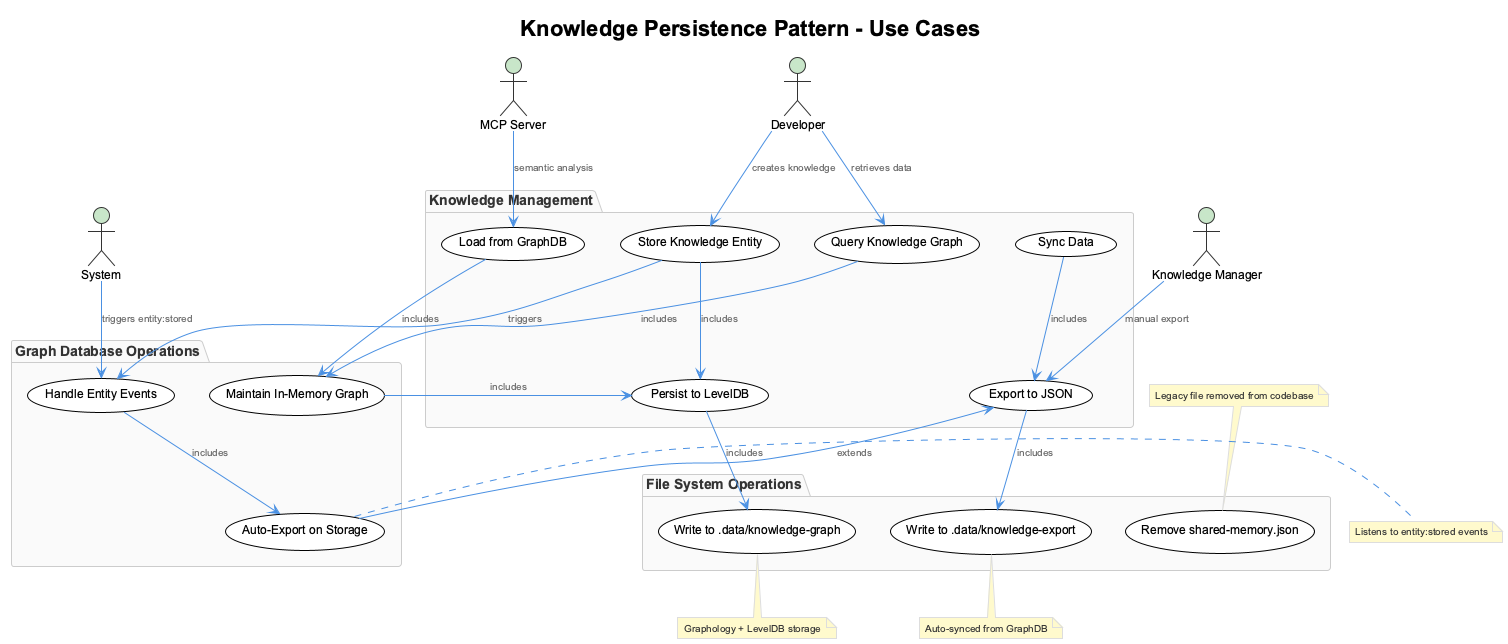
Above: knowledge-management/insights/images/knowledge-persistence-pattern-use-cases.png in fwornle/coding (PlantUML), before the change.
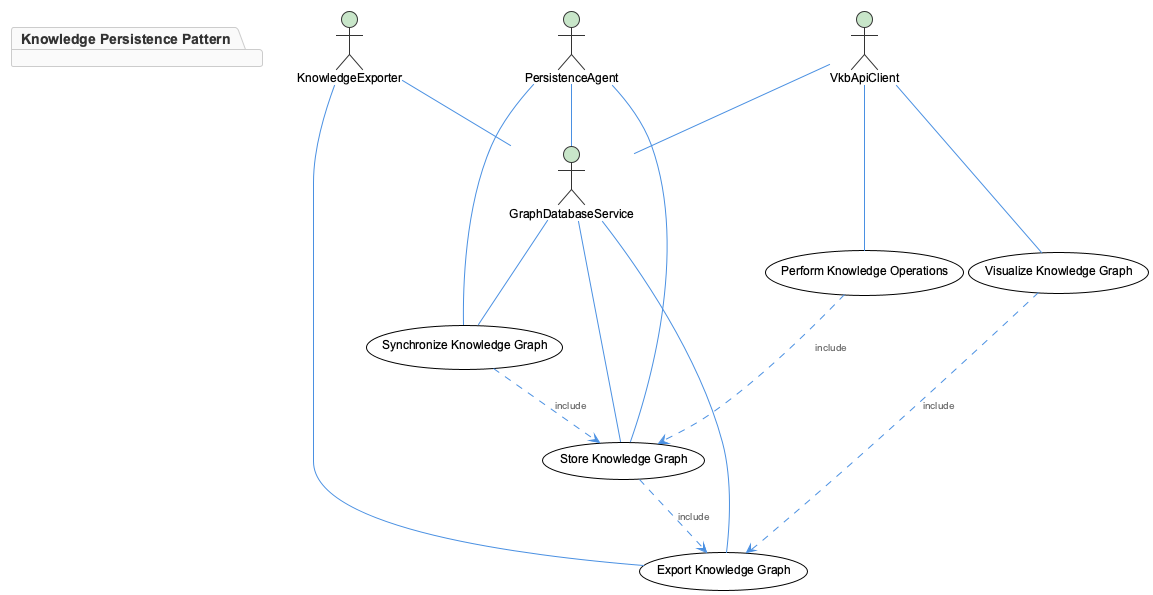
The same diagram one commit later.

The edit, as a diff of the source:
```diff
@@ -1,54 +1,35 @@
 @startuml
 !include /Users/q284340/Agentic/coding/docs/puml/_standard-style.puml
 
-title Knowledge Persistence Pattern - Use Cases
+actor "KnowledgeExporter" as exporter
+actor "PersistenceAgent" as agent
+actor "VkbApiClient" as vkb_api
+actor "GraphDatabaseService" as graph_db
 
-actor "Developer" as dev
-actor "System" as sys
-actor "Knowledge Manager" as km
-actor "MCP Server" as mcp
+usecase "Store Knowledge Graph" as store_kg
+usecase "Export Knowledge Graph" as export_kg
+usecase "Synchronize Knowledge Graph" as sync_kg
+usecase "Visualize Knowledge Graph" as visualize_kg
+usecase "Perform Knowledge Operations" as knowledge_ops
 
-package "Knowledge Management" {
-  usecase "Store Knowledge Entity" as store
-  usecase "Export to JSON" as export
-  usecase "Query Knowledge Graph" as query
-  usecase "Persist to LevelDB" as persist
-  usecase "Load from GraphDB" as load
-  usecase "Sync Data" as sync
+package "Knowledge Persistence Pattern" {
+  graph_db -- store_kg
+  graph_db -- export_kg
+  graph_db -- sync_kg
+  agent -- store_kg
+  agent -- sync_kg
+  exporter -- export_kg
+  vkb_api -- visualize_kg
+  vkb_api -- knowledge_ops
 }
 
-package "Graph Database Operations" {
-  usecase "Maintain In-Memory Graph" as memory
-  usecase "Handle Entity Events" as events
-  usecase "Auto-Export on Storage" as autoexport
-}
+store_kg ..> export_kg : include
+sync_kg ..> store_kg : include
+visualize_kg ..> export_kg : include
+knowledge_ops ..> store_kg : include
 
-package "File System Operations" {
-  usecase "Write to .data/knowledge-graph" as writedb
-  usecase "Write to .data/knowledge-export" as writejson
-  usecase "Remove shared-memory.json" as cleanup
-}
-
-dev --> store : creates knowledge
-dev --> query : retrieves data
-km --> export : manual export
-sys --> events : triggers entity:stored
-mcp --> load : semantic analysis
-
-store --> persist : includes
-store --> events : triggers
-events --> autoexport : includes
-autoexport --> export : extends
-export --> writejson : includes
-persist --> writedb : includes
-memory --> persist : includes
-query --> memory : includes
-load --> memory : includes
-sync --> export : includes
-
-note right of autoexport : Listens to entity:stored events
-note bottom of writedb : Graphology + LevelDB storage
-note bottom of writejson : Auto-synced from GraphDB
-note top of cleanup : Legacy file removed from codebase
+exporter -- graph_db
+agent -- graph_db
+vkb_api -- graph_db
 
 @enduml
```
